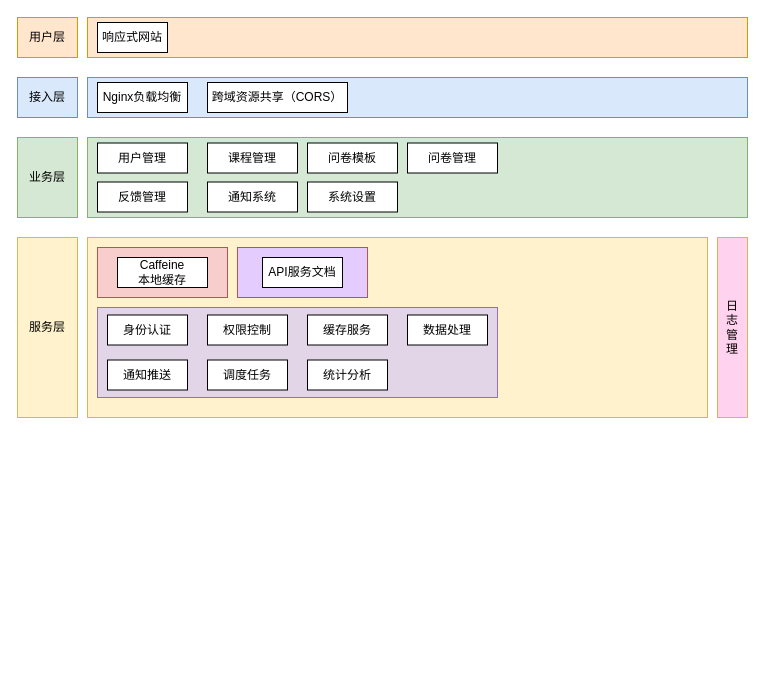
The draw.io diagram 未命名绘图.drawio in LLLLLLer/llllller.github.io, before the edit. Source tidied: cells renumbered, new cells numbered last; positions are measured from the earlier drawing's top-left corner, leaving out a move shared by most shapes. Both pictures are drawn from the tidied source at 100%, with x=0, y=0 at pixel (17, 17).
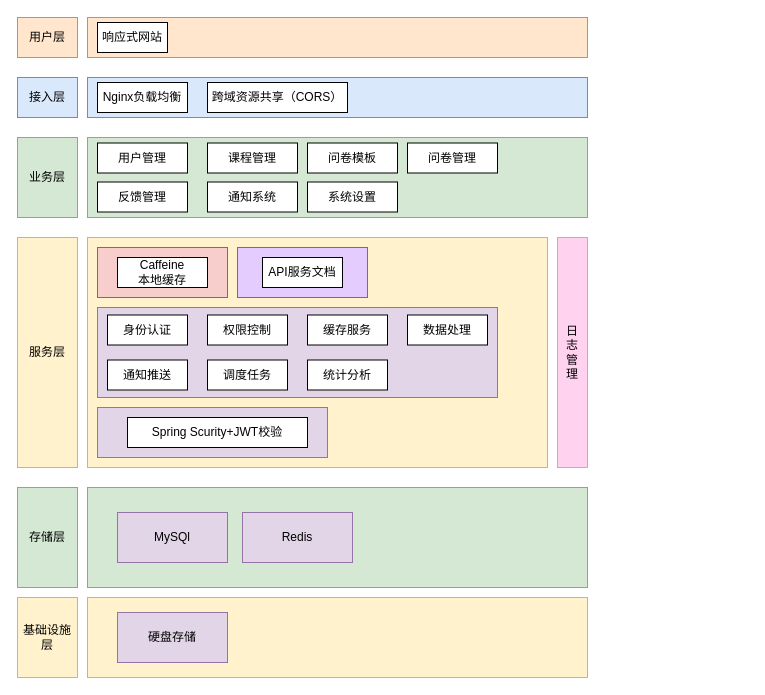
Above is the later version.

Commit message:
更新未命名绘图.drawio

Change to the diagram source:
```diff
@@
     <mxCell id="3" style="rounded=0;whiteSpace=wrap;html=1;fillColor=#ffe6cc;strokeColor=#d79b00;" parent="1" vertex="1">
-      <mxGeometry x="70" width="660" height="40" as="geometry" />
+      <mxGeometry x="70" width="500" height="40" as="geometry" />
     </mxCell>
@@
     <mxCell id="6" style="rounded=0;whiteSpace=wrap;html=1;fillColor=#dae8fc;strokeColor=#6c8ebf;" parent="1" vertex="1">
-      <mxGeometry x="70" y="60" width="660" height="40" as="geometry" />
+      <mxGeometry x="70" y="60" width="500" height="40" as="geometry" />
     </mxCell>
@@
     <mxCell id="10" style="rounded=0;whiteSpace=wrap;html=1;fillColor=#d5e8d4;strokeColor=#82b366;" parent="1" vertex="1">
-      <mxGeometry x="70" y="120" width="660" height="80" as="geometry" />
+      <mxGeometry x="70" y="120" width="500" height="80" as="geometry" />
     </mxCell>
@@
     <mxCell id="18" value="服务层" style="rounded=0;whiteSpace=wrap;html=1;fillColor=#fff2cc;strokeColor=#d6b656;" parent="1" vertex="1">
-      <mxGeometry y="220" width="60" height="180" as="geometry" />
+      <mxGeometry y="220" width="60" height="230" as="geometry" />
     </mxCell>
     <mxCell id="19" style="rounded=0;whiteSpace=wrap;html=1;fillColor=#fff2cc;strokeColor=#d6b656;" parent="1" vertex="1">
-      <mxGeometry x="70" y="220" width="620" height="180" as="geometry" />
+      <mxGeometry x="70" y="220" width="460" height="230" as="geometry" />
     </mxCell>
@@
     <mxCell id="32" value="日&lt;div&gt;&lt;span style=&quot;background-color: transparent; color: light-dark(rgb(0, 0, 0), rgb(255, 255, 255));&quot;&gt;志&lt;/span&gt;&lt;/div&gt;&lt;div&gt;&lt;span style=&quot;background-color: transparent; color: light-dark(rgb(0, 0, 0), rgb(255, 255, 255));&quot;&gt;管&lt;/span&gt;&lt;/div&gt;&lt;div&gt;&lt;span style=&quot;background-color: transparent; color: light-dark(rgb(0, 0, 0), rgb(255, 255, 255));&quot;&gt;理&lt;/span&gt;&lt;br&gt;&lt;/div&gt;" style="rounded=0;whiteSpace=wrap;html=1;fillColor=#FFD3EF;strokeColor=#d6b656;" parent="1" vertex="1">
-      <mxGeometry x="700" y="220" width="30" height="180" as="geometry" />
+      <mxGeometry x="540" y="220" width="30" height="230" as="geometry" />
     </mxCell>
+    <mxCell id="33" style="rounded=0;whiteSpace=wrap;html=1;fillColor=#e1d5e7;strokeColor=#9673a6;" parent="1" vertex="1">
+      <mxGeometry x="80" y="390" width="230" height="50" as="geometry" />
+    </mxCell>
+    <mxCell id="34" value="Spring Scurity+JWT校验" style="rounded=0;whiteSpace=wrap;html=1;" parent="1" vertex="1">
+      <mxGeometry x="110" y="400" width="180" height="30" as="geometry" />
+    </mxCell>
+    <mxCell id="35" value="存储层" style="rounded=0;whiteSpace=wrap;html=1;fillColor=#d5e8d4;strokeColor=#82b366;" parent="1" vertex="1">
+      <mxGeometry y="470" width="60" height="100" as="geometry" />
+    </mxCell>
+    <mxCell id="36" style="rounded=0;whiteSpace=wrap;html=1;fillColor=#d5e8d4;strokeColor=#82b366;" parent="1" vertex="1">
+      <mxGeometry x="70" y="470" width="500" height="100" as="geometry" />
+    </mxCell>
+    <mxCell id="37" value="MySQl" style="rounded=0;whiteSpace=wrap;html=1;fillColor=#e1d5e7;strokeColor=#9673a6;" parent="1" vertex="1">
+      <mxGeometry x="100" y="495" width="110" height="50" as="geometry" />
+    </mxCell>
+    <mxCell id="38" value="Redis" style="rounded=0;whiteSpace=wrap;html=1;fillColor=#e1d5e7;strokeColor=#9673a6;" parent="1" vertex="1">
+      <mxGeometry x="225" y="495" width="110" height="50" as="geometry" />
+    </mxCell>
+    <mxCell id="39" value="基础设施层" style="rounded=0;whiteSpace=wrap;html=1;fillColor=#fff2cc;strokeColor=#d6b656;" parent="1" vertex="1">
+      <mxGeometry y="580" width="60" height="80" as="geometry" />
+    </mxCell>
+    <mxCell id="40" style="rounded=0;whiteSpace=wrap;html=1;fillColor=#fff2cc;strokeColor=#d6b656;" parent="1" vertex="1">
+      <mxGeometry x="70" y="580" width="500" height="80" as="geometry" />
+    </mxCell>
+    <mxCell id="41" value="硬盘存储" style="rounded=0;whiteSpace=wrap;html=1;fillColor=#e1d5e7;strokeColor=#9673a6;" parent="1" vertex="1">
+      <mxGeometry x="100" y="595" width="110" height="50" as="geometry" />
+    </mxCell>
```
